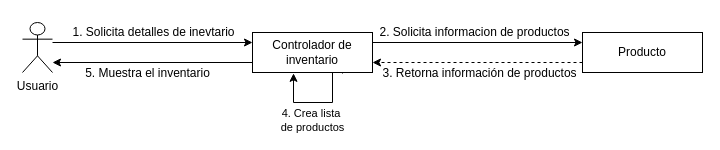
The draw.io diagram page "Página-2" (3 of 3) of Diagrama de colaboracion.drawio in JotaMont/Evaluacion-2-Front-End, before the edit. Source tidied: cells renumbered, new cells numbered last; positions are measured from the earlier drawing's top-left corner, leaving out a move shared by most shapes. Both pictures are drawn from the tidied source at 100%, with x=0, y=0 at pixel (22, 17).
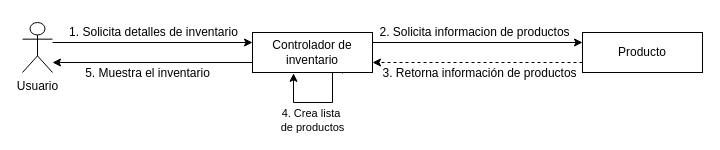
The same diagram, later.

Unchanged cells that the change refers to:
```xml
<mxCell id="2" style="rounded=0;jettySize=auto;html=1;entryX=0;entryY=0.25;entryDx=0;entryDy=0;" parent="1" edge="1" target="12">
  <mxGeometry relative="1" as="geometry">
    <mxPoint x="30" y="25" as="sourcePoint" />
  </mxGeometry>
</mxCell>
```

Diff of the diagram source:
```diff
@@
-    <mxCell id="3" value="&lt;font style=&quot;font-size: 12px;&quot;&gt;1. Solicita detalles de inevtario&lt;/font&gt;" style="edgeLabel;html=1;align=center;verticalAlign=middle;rotation=0;" parent="2" vertex="1">
+    <mxCell id="3" value="&lt;font style=&quot;font-size: 12px;&quot;&gt;1. Solicita detalles de inventario&lt;/font&gt;" style="edgeLabel;html=1;align=center;verticalAlign=middle;rotation=0;" parent="2" vertex="1">
       <mxGeometry x="-0.25" y="3" relative="1" as="geometry">
         <mxPoint x="25" y="-7" as="offset" />
       </mxGeometry>
     </mxCell>
```
